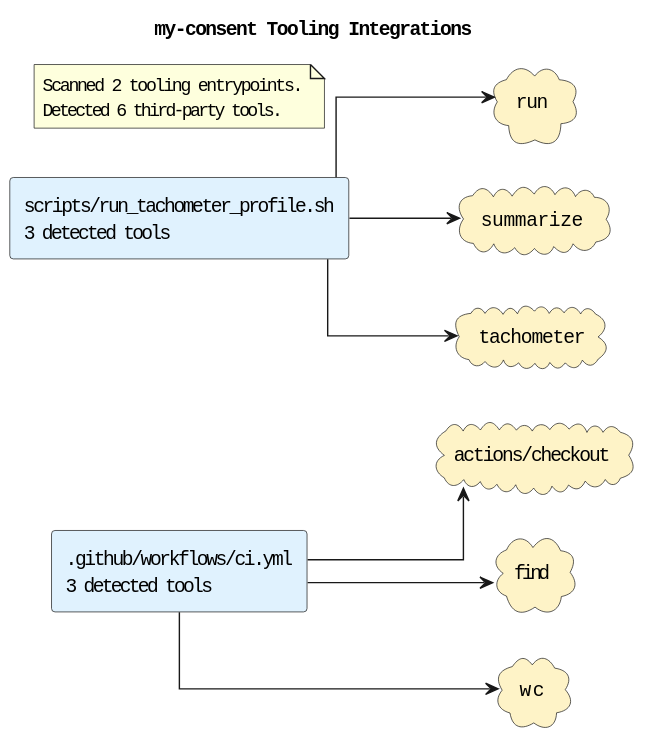
Above: docs/diagrams/tooling-integrations.puml.svg in casonk/my-consent (PlantUML), before the change.
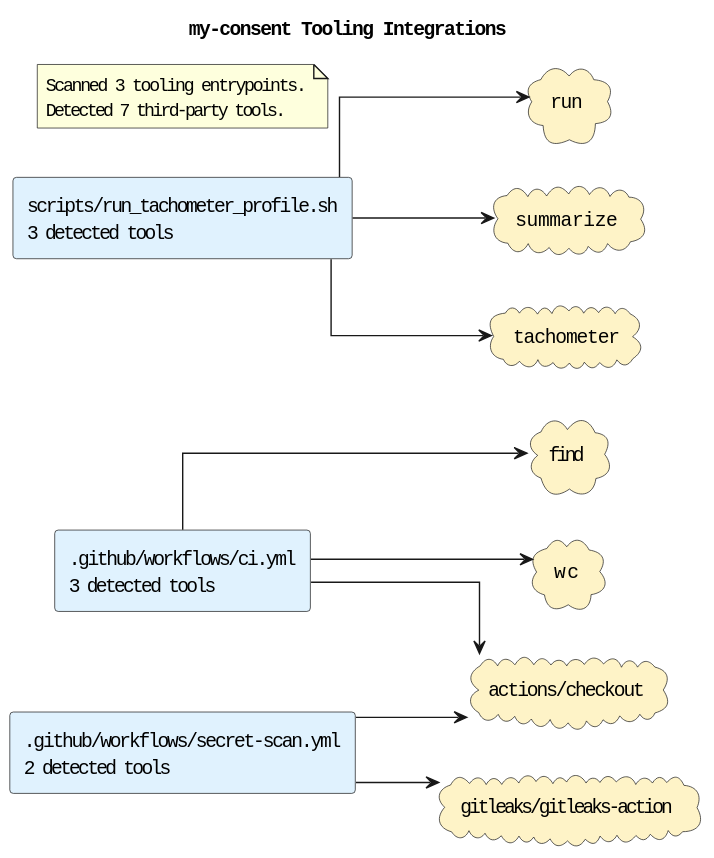
The same file after the commit.

Commit message:
docs: refresh diagrams; ci: exclude baseline from workspace-path scan

Change to the diagram source:
```diff
@@ -6,9 +6,11 @@
 skinparam componentStyle rectangle
 skinparam linetype ortho
 rectangle ".github/workflows/ci.yml\n3 detected tools" as source_github_workflows_ci_yml #E0F2FE
+rectangle ".github/workflows/secret-scan.yml\n2 detected tools" as source_github_workflows_secret_scan_yml #E0F2FE
 rectangle "scripts/run_tachometer_profile.sh\n3 detected tools" as source_scripts_run_tachometer_profile_sh #E0F2FE
 cloud "actions/checkout" as tool_actions_checkout #FEF3C7
 cloud "find" as tool_find #FEF3C7
+cloud "gitleaks/gitleaks-action" as tool_gitleaks_gitleaks_action #FEF3C7
 cloud "run" as tool_run #FEF3C7
 cloud "summarize" as tool_summarize #FEF3C7
 cloud "tachometer" as tool_tachometer #FEF3C7
@@ -16,11 +18,13 @@
 source_github_workflows_ci_yml --> tool_actions_checkout
 source_github_workflows_ci_yml --> tool_find
 source_github_workflows_ci_yml --> tool_wc
+source_github_workflows_secret_scan_yml --> tool_actions_checkout
+source_github_workflows_secret_scan_yml --> tool_gitleaks_gitleaks_action
 source_scripts_run_tachometer_profile_sh --> tool_run
 source_scripts_run_tachometer_profile_sh --> tool_summarize
 source_scripts_run_tachometer_profile_sh --> tool_tachometer
 note as toolingGraphSummary
-Scanned 2 tooling entrypoints.
-Detected 6 third-party tools.
+Scanned 3 tooling entrypoints.
+Detected 7 third-party tools.
 end note
 @enduml
```
